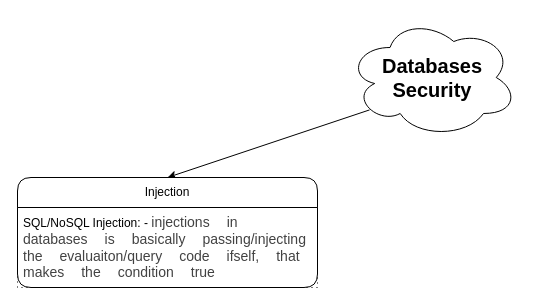
knkrn5/Programming-Concepts keeps this draw.io diagram as security/databases-secuirty/databases-security.dio. Above is the earlier version. Source tidied: cells renumbered, new cells numbered last; positions are measured from the earlier drawing's top-left corner, leaving out a move shared by most shapes. Both pictures are drawn from the tidied source at 100%, with x=0, y=0 at pixel (17, 17).
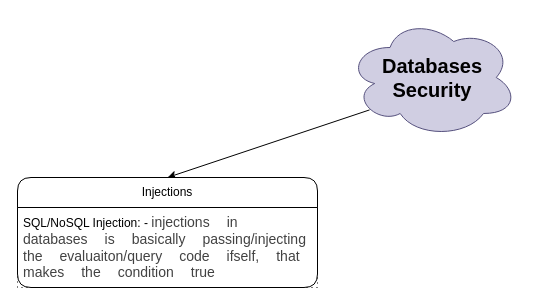
After the change.

Commit message (it also covers changes not shown here):
Update server-security SVG: Adjust dimensions and enhance visual elements for improved clarity and aesthetics

Change to the diagram source:
```diff
@@
 <mxGraphModel background="#ffffff">
   <root>
     <mxCell id="0" />
     <mxCell id="1" parent="0" />
     <mxCell id="2" style="edgeStyle=none;html=1;exitX=0.13;exitY=0.77;exitDx=0;exitDy=0;exitPerimeter=0;entryX=0.5;entryY=0;entryDx=0;entryDy=0;" parent="1" edge="1" source="3" target="4">
       <mxGeometry relative="1" as="geometry" />
     </mxCell>
-    <mxCell id="3" value="&lt;b&gt;&lt;font style=&quot;font-size: 20px;&quot;&gt;Databases Security&lt;/font&gt;&lt;/b&gt;" style="ellipse;shape=cloud;whiteSpace=wrap;html=1;" parent="1" vertex="1">
+    <mxCell id="3" value="&lt;b&gt;&lt;font style=&quot;font-size: 20px;&quot;&gt;Databases Security&lt;/font&gt;&lt;/b&gt;" style="ellipse;shape=cloud;whiteSpace=wrap;html=1;fillColor=#d0cee2;strokeColor=#56517e;" parent="1" vertex="1">
       <mxGeometry x="330" width="170" height="120" as="geometry" />
     </mxCell>
-    <mxCell id="4" value="Injection" style="swimlane;fontStyle=0;horizontal=1;startSize=30;whiteSpace=wrap;html=1;rounded=1;" parent="1" vertex="1">
+    <mxCell id="4" value="Injections" style="swimlane;fontStyle=0;horizontal=1;startSize=30;whiteSpace=wrap;html=1;rounded=1;" parent="1" vertex="1">
       <mxGeometry y="160" width="300" height="110" as="geometry" />
     </mxCell>
     <mxCell id="5" value="SQL/NoSQL Injection: -&amp;nbsp;&lt;span style=&quot;font-family: Poppins, &amp;quot;Noto Color Emoji&amp;quot;, sans-serif; font-size: 14px; white-space: pre-wrap;&quot;&gt;&lt;font style=&quot;color: light-dark(rgb(66, 66, 66), rgb(255, 255, 255));&quot;&gt;injections in databases is basically passing/injecting the evaluaiton/query code ifself, that makes the condition true&lt;/font&gt;&lt;/span&gt;" style="text;strokeColor=default;fillColor=none;align=left;verticalAlign=middle;spacingLeft=4;spacingRight=4;overflow=hidden;whiteSpace=wrap;html=1;dashed=1;dashPattern=1 4;" parent="4" vertex="1">
       <mxGeometry y="30" width="300" height="80" as="geometry" />
     </mxCell>
   </root>
 </mxGraphModel>
```
